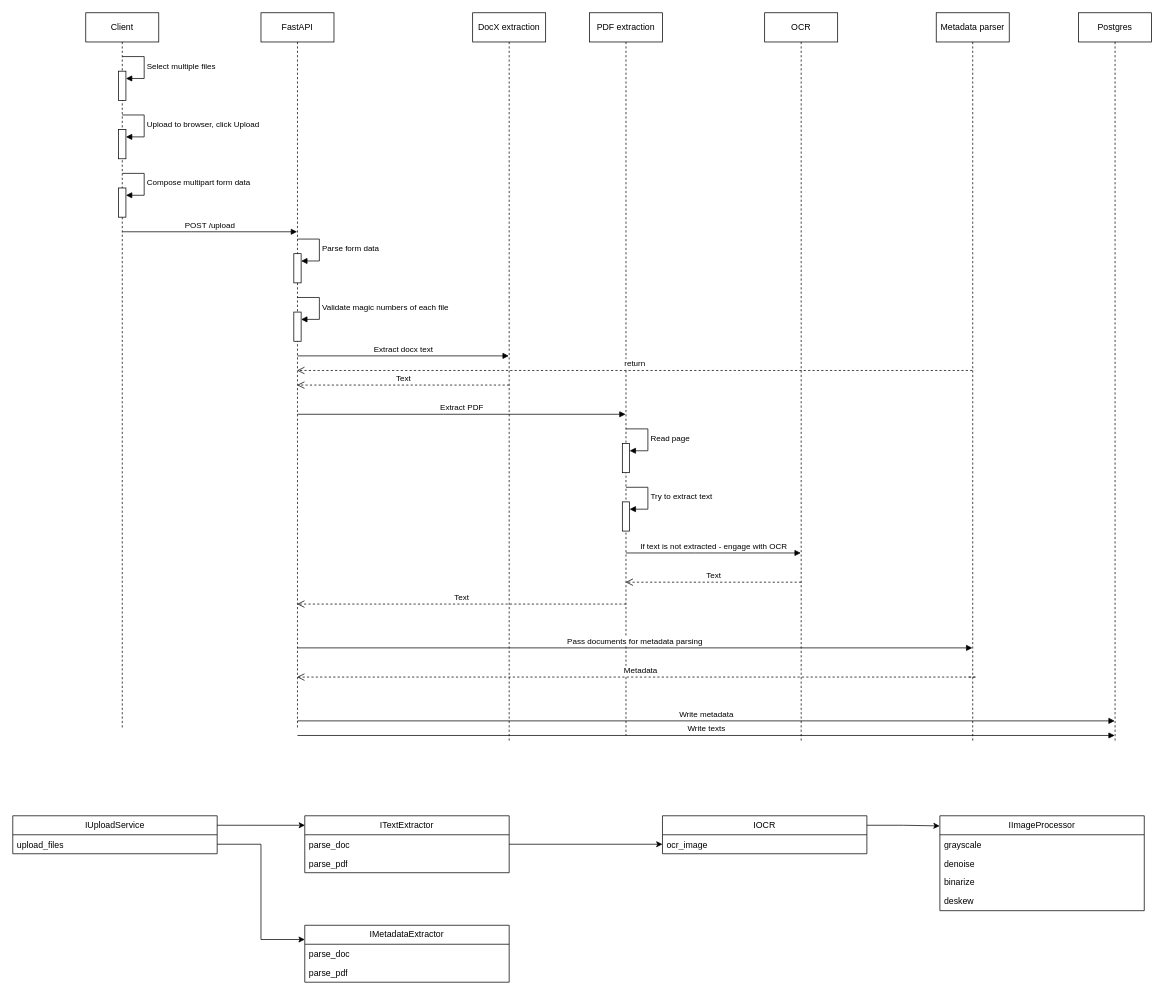
Earlier version of the draw.io diagram Design.drawio (EeeasyBreezy/qanooni). Source tidied: cells renumbered, new cells numbered last; positions are measured from the earlier drawing's top-left corner, leaving out a move shared by most shapes. Both pictures are drawn from the tidied source at 73%, with x=0, y=0 at pixel (12, 12).
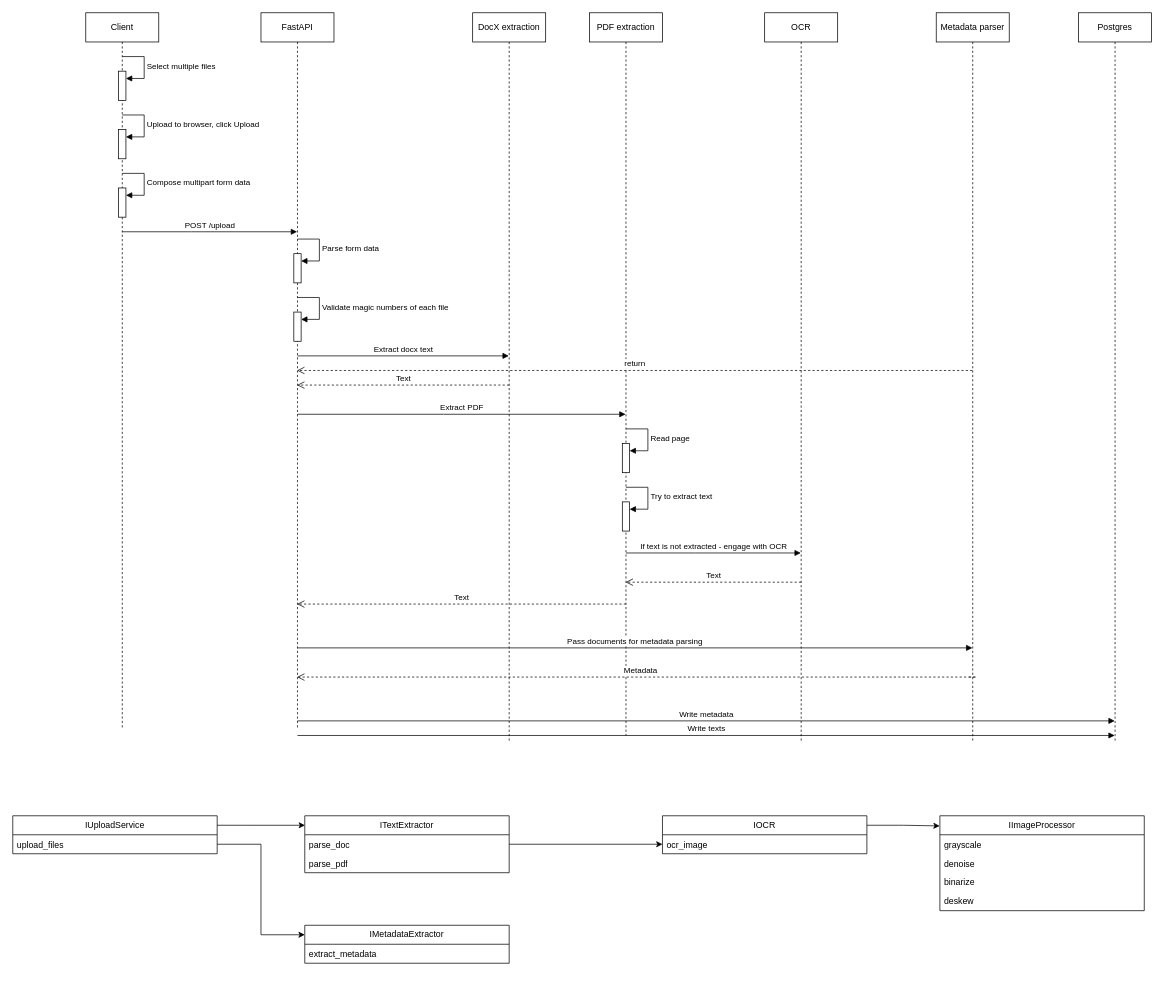
The same page after the edit.

Change to the diagram source:
```diff
@@
     <mxCell id="45" value="IMetadataExtractor" style="swimlane;fontStyle=0;horizontal=1;startSize=26;fillColor=none;whiteSpace=wrap;html=1;" parent="1" vertex="1">
-      <mxGeometry x="400" y="1250" width="280" height="78" as="geometry" />
+      <mxGeometry x="400" y="1250" width="280" height="52" as="geometry" />
     </mxCell>
-    <mxCell id="46" value="parse_doc" style="text;strokeColor=none;fillColor=none;align=left;verticalAlign=top;spacingLeft=4;spacingRight=4;overflow=hidden;whiteSpace=wrap;html=1;" parent="45" vertex="1">
+    <mxCell id="46" value="extract_metadata" style="text;strokeColor=none;fillColor=none;align=left;verticalAlign=top;spacingLeft=4;spacingRight=4;overflow=hidden;whiteSpace=wrap;html=1;" parent="45" vertex="1">
       <mxGeometry y="26" width="280" height="26" as="geometry" />
     </mxCell>
-    <mxCell id="47" value="parse_pdf" style="text;strokeColor=none;fillColor=none;align=left;verticalAlign=top;spacingLeft=4;spacingRight=4;overflow=hidden;whiteSpace=wrap;html=1;" parent="45" vertex="1">
-      <mxGeometry y="52" width="280" height="26" as="geometry" />
-    </mxCell>
```
